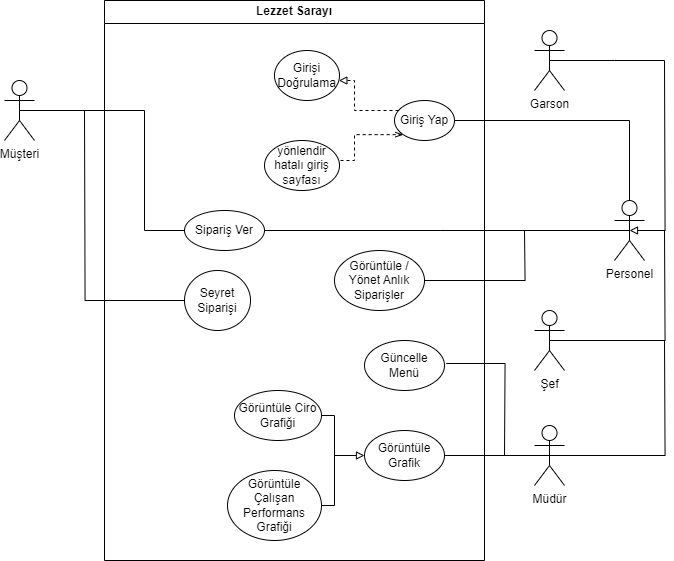
The draw.io diagram src/UML/LezzetSarayi-UseCase.drawio.png in kemaldenizl/lezzet-sarayi, before a commit. Source tidied: cells renumbered, new cells last; positions are measured from the earlier drawing's top-left corner, leaving out a move shared by most shapes.
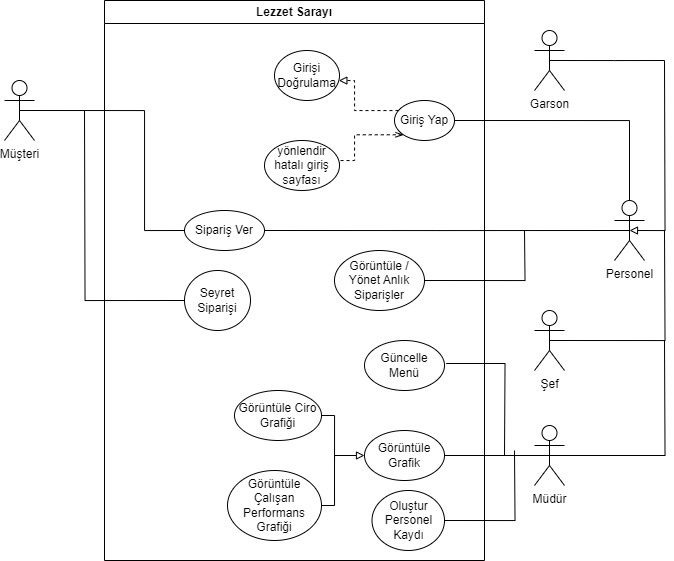
After the commit.

What changed in the source:
```diff
@@ -90,6 +90,14 @@
     <mxCell id="21" value="Seyret Siparişi" style="ellipse;whiteSpace=wrap;html=1;" parent="4" vertex="1">
       <mxGeometry x="80" y="270" width="66" height="60" as="geometry" />
     </mxCell>
+    <mxCell id="34" style="edgeStyle=orthogonalEdgeStyle;rounded=0;jettySize=auto;html=1;exitX=1;exitY=0.5;exitDx=0;exitDy=0;endArrow=none;endFill=0;" parent="4" edge="1" source="35">
+      <mxGeometry relative="1" as="geometry">
+        <mxPoint x="410" y="450" as="targetPoint" />
+      </mxGeometry>
+    </mxCell>
+    <mxCell id="35" value="Oluştur Personel Kaydı" style="ellipse;whiteSpace=wrap;html=1;" parent="4" vertex="1">
+      <mxGeometry x="267.5" y="490" width="72.5" height="60" as="geometry" />
+    </mxCell>
     <mxCell id="22" style="edgeStyle=orthogonalEdgeStyle;rounded=0;jettySize=auto;html=1;exitX=0.5;exitY=0.5;exitDx=0;exitDy=0;exitPerimeter=0;endArrow=none;endFill=0;startArrow=block;startFill=0;" parent="1" edge="1" source="25">
       <mxGeometry relative="1" as="geometry">
         <mxPoint x="660" y="60" as="targetPoint" />
```
